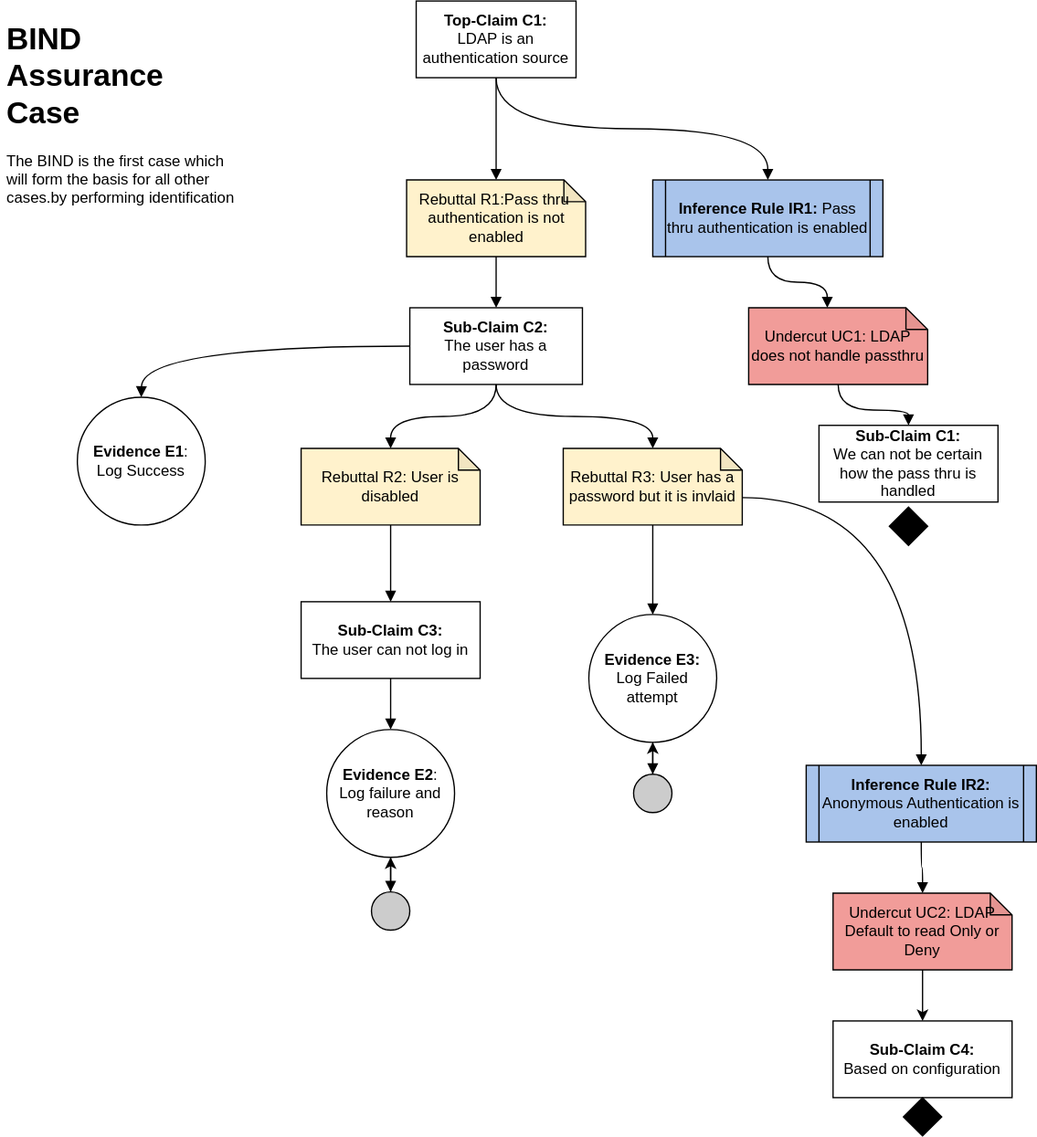
The draw.io diagram images/BIND Assurance Case.svg in bartelsjoshuac/SAPG, before a commit. Source tidied: cells renumbered, new cells last; positions are measured from the earlier drawing's top-left corner, leaving out a move shared by most shapes.
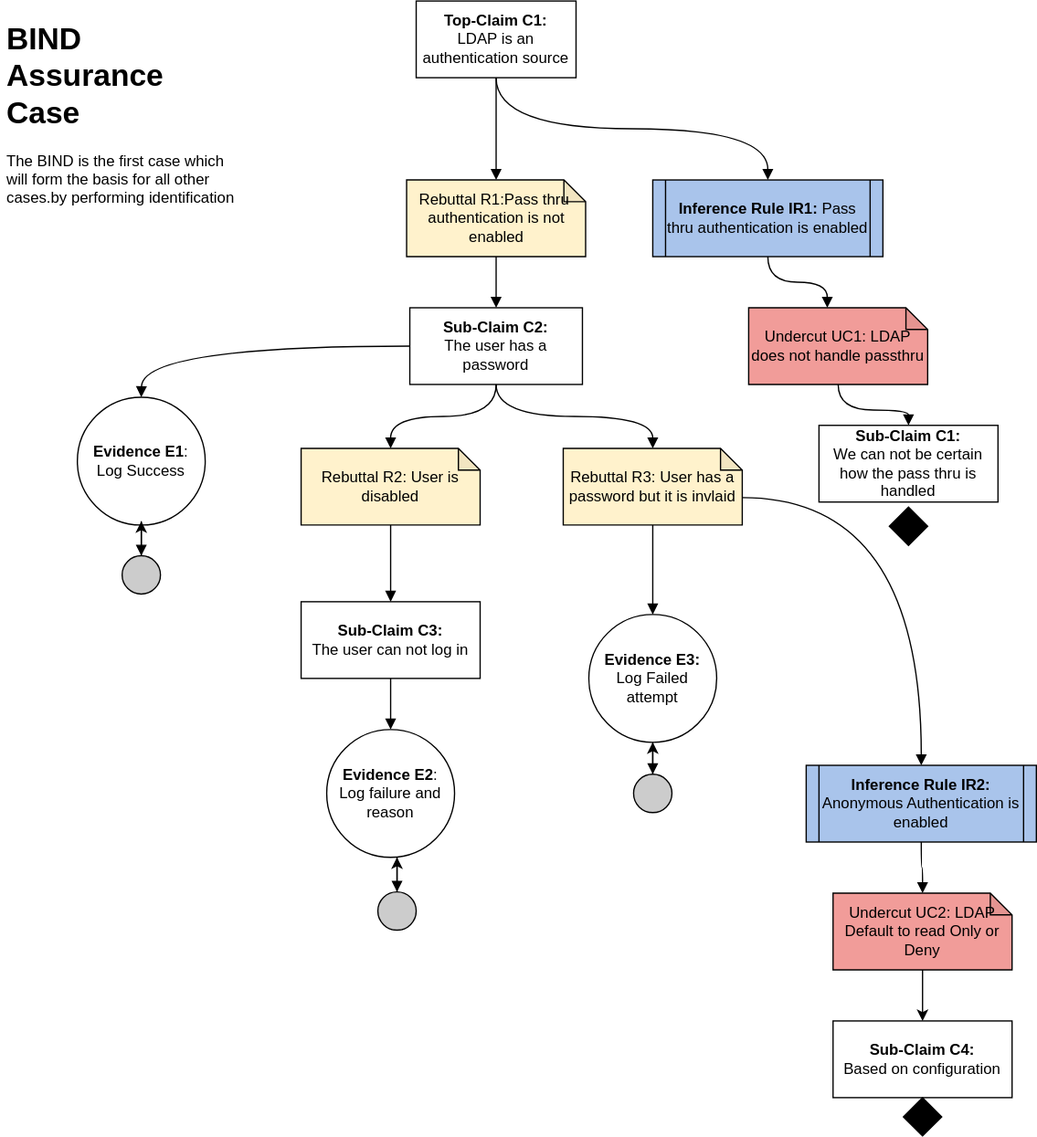
Above is the later version.

What changed in the source:
```diff
@@ -47,17 +47,21 @@
     <mxCell id="16" value="&lt;b&gt;Sub-Claim C3:&lt;br&gt;&lt;/b&gt;The user can not log in" style="rounded=0;whiteSpace=wrap;html=1;" parent="1" vertex="1">
       <mxGeometry x="235" y="470" width="140" height="60" as="geometry" />
     </mxCell>
-    <mxCell id="17" style="edgeStyle=orthogonalEdgeStyle;curved=1;rounded=0;jettySize=auto;html=1;entryX=0.5;entryY=0;entryDx=0;entryDy=0;endArrow=block;endFill=1;exitX=0.5;exitY=1;exitDx=0;exitDy=0;" parent="1" edge="1" source="18" target="20">
-      <mxGeometry relative="1" as="geometry" />
+    <mxCell id="17" style="edgeStyle=orthogonalEdgeStyle;curved=1;rounded=0;jettySize=auto;html=1;entryX=0.5;entryY=0;entryDx=0;entryDy=0;endArrow=block;endFill=1;exitX=0.5;exitY=1;exitDx=0;exitDy=0;" parent="1" edge="1" target="20">
+      <mxGeometry relative="1" as="geometry">
+        <mxPoint x="310" y="670" as="sourcePoint" />
+      </mxGeometry>
     </mxCell>
     <mxCell id="18" value="&lt;b&gt;Evidence E2&lt;/b&gt;:&lt;br&gt;Log failure and reason" style="ellipse;whiteSpace=wrap;html=1;fillColor=#ffffff;rounded=0;" parent="1" vertex="1">
       <mxGeometry x="255" y="570" width="100" height="100" as="geometry" />
     </mxCell>
-    <mxCell id="19" style="edgeStyle=orthogonalEdgeStyle;rounded=0;jettySize=auto;html=1;" parent="1" edge="1" source="20" target="18">
-      <mxGeometry relative="1" as="geometry" />
+    <mxCell id="19" style="edgeStyle=orthogonalEdgeStyle;rounded=0;jettySize=auto;html=1;" parent="1" edge="1" source="20">
+      <mxGeometry relative="1" as="geometry">
+        <mxPoint x="310" y="670" as="targetPoint" />
+      </mxGeometry>
     </mxCell>
     <mxCell id="20" style="ellipse;whiteSpace=wrap;html=1;fillColor=#CCCCCC;" parent="1" vertex="1">
-      <mxGeometry x="290" y="697" width="30" height="30" as="geometry" />
+      <mxGeometry x="295" y="697" width="30" height="30" as="geometry" />
     </mxCell>
     <mxCell id="21" value="&lt;b&gt;Evidence E3:&lt;/b&gt;&lt;br&gt;Log Failed attempt" style="ellipse;whiteSpace=wrap;html=1;fillColor=#ffffff;rounded=0;" parent="1" vertex="1">
       <mxGeometry x="460" y="480" width="100" height="100" as="geometry" />
@@ -118,5 +122,18 @@
     <mxCell id="39" style="edgeStyle=orthogonalEdgeStyle;curved=1;rounded=0;jettySize=auto;html=1;entryX=0.5;entryY=0;entryDx=0;entryDy=0;endArrow=block;endFill=1;" parent="1" edge="1" source="21" target="38">
       <mxGeometry relative="1" as="geometry" />
     </mxCell>
+    <mxCell id="40" style="edgeStyle=orthogonalEdgeStyle;curved=1;rounded=0;jettySize=auto;html=1;entryX=0.5;entryY=0;entryDx=0;entryDy=0;endArrow=block;endFill=1;exitX=0.5;exitY=1;exitDx=0;exitDy=0;" parent="1" edge="1" target="42">
+      <mxGeometry relative="1" as="geometry">
+        <mxPoint x="110" y="407" as="sourcePoint" />
+      </mxGeometry>
+    </mxCell>
+    <mxCell id="41" style="edgeStyle=orthogonalEdgeStyle;rounded=0;jettySize=auto;html=1;" parent="1" edge="1" source="42">
+      <mxGeometry relative="1" as="geometry">
+        <mxPoint x="110" y="407" as="targetPoint" />
+      </mxGeometry>
+    </mxCell>
+    <mxCell id="42" style="ellipse;whiteSpace=wrap;html=1;fillColor=#CCCCCC;" parent="1" vertex="1">
+      <mxGeometry x="95" y="434" width="30" height="30" as="geometry" />
+    </mxCell>
   </root>
 </mxGraphModel>
```
